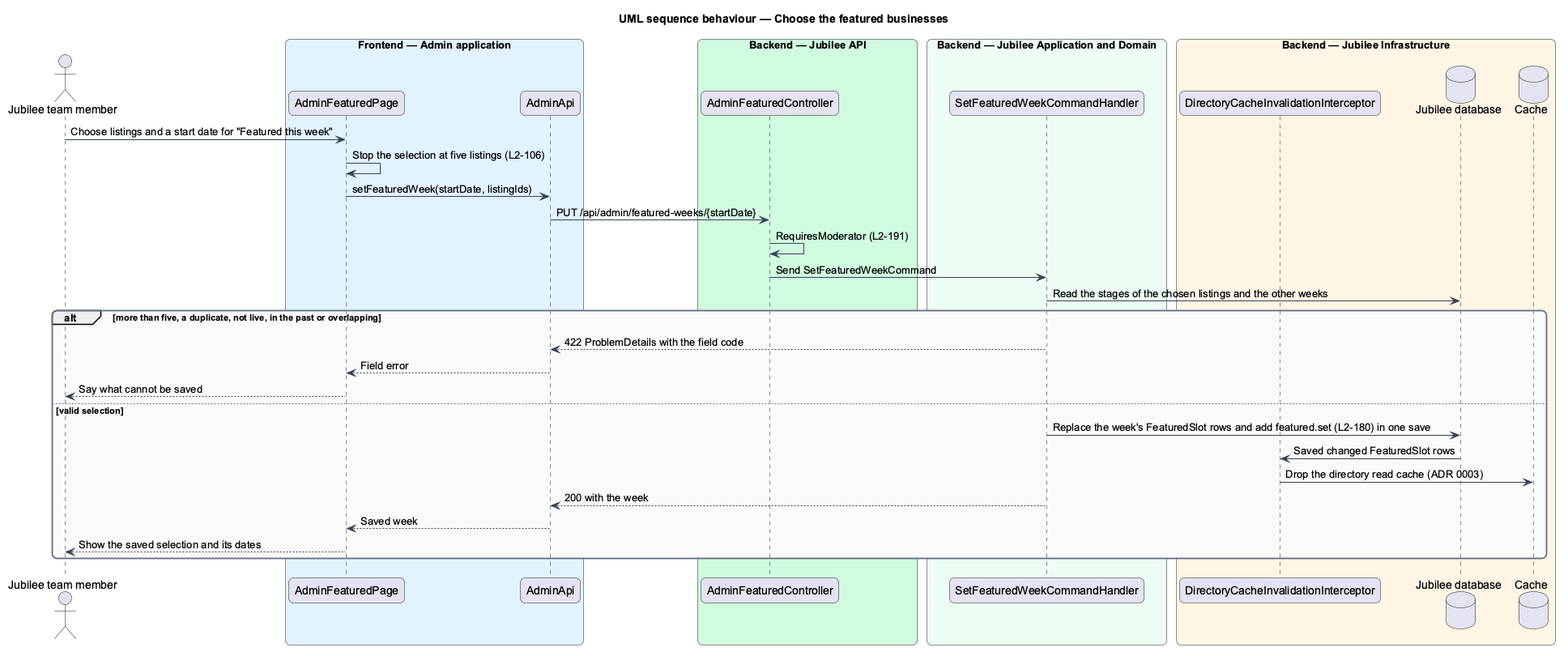
QuinntyneBrown/jubilee keeps this PlantUML diagram as docs/detailed-designs/moderation/feature-businesses/diagrams/sequence-set-featured-week.png. Above is the earlier version.
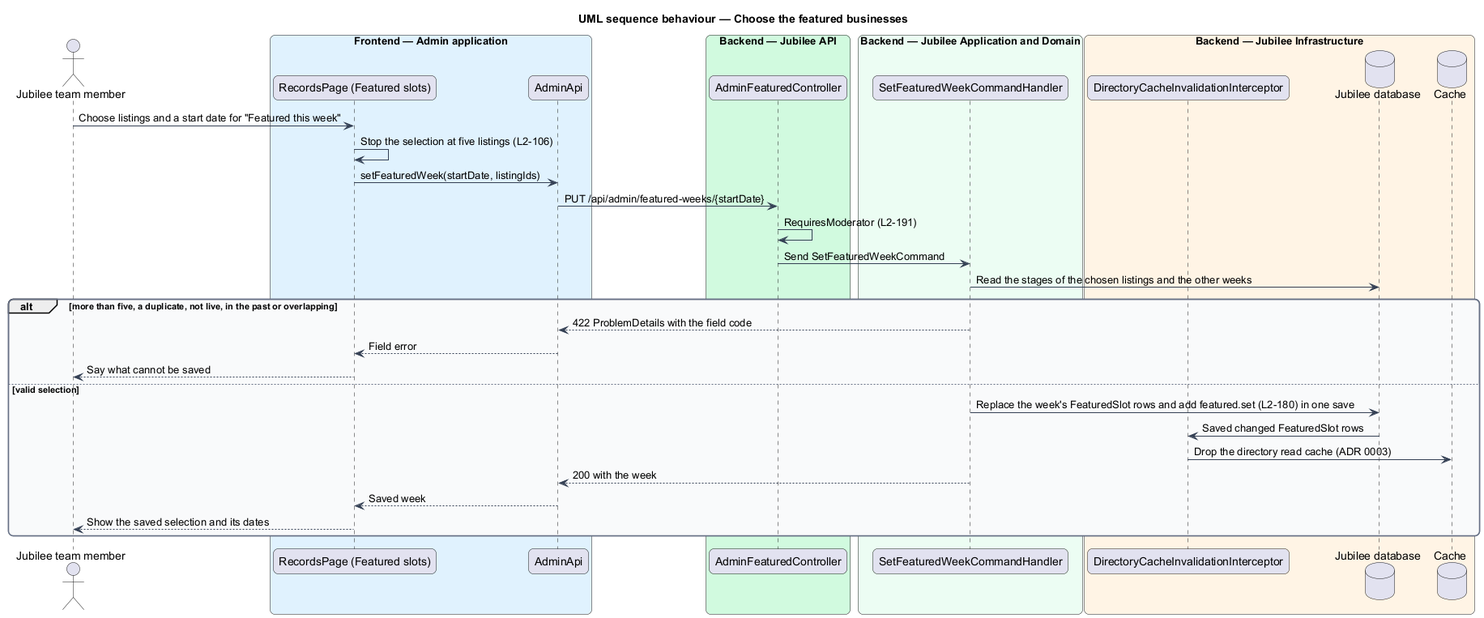
After the change.

Change to the diagram source:
```diff
@@ -16,7 +16,7 @@
 }
 actor "Jubilee team member" as actor
 box "Frontend — Admin application" #E0F2FE
-  participant "AdminFeaturedPage" as page
+  participant "RecordsPage (Featured slots)" as page
   participant "AdminApi" as client
 end box
 box "Backend — Jubilee API" #D1FADF
```
